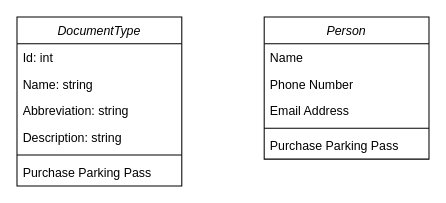
This is Documents/Class_Diagram.drawio from Camilobarre/LibrarySystem, a draw.io file, before an edit. Source tidied: cells renumbered, new cells numbered last; positions are measured from the earlier drawing's top-left corner, leaving out a move shared by most shapes. Both pictures are drawn from the tidied source at 103%, with x=0, y=0 at pixel (16, 16).
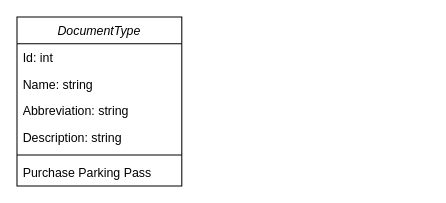
Above is the later version.

Commit message (it also covers changes not shown here):
feat: Entity-Relationship diagram was created

The edit, as a diff of the source:
```diff
@@
 <mxGraphModel>
   <root>
     <mxCell id="0" />
     <mxCell id="1" parent="0" />
     <mxCell id="2" value="DocumentType" style="swimlane;fontStyle=2;align=center;verticalAlign=top;horizontal=1;startSize=26;rounded=0;shadow=0;strokeWidth=1;" parent="1" vertex="1">
       <mxGeometry width="160" height="164" as="geometry" />
     </mxCell>
     <mxCell id="3" value="Id: int" style="text;align=left;verticalAlign=top;spacingLeft=4;spacingRight=4;overflow=hidden;" parent="2" vertex="1">
       <mxGeometry y="26" width="160" height="26" as="geometry" />
     </mxCell>
     <mxCell id="4" value="Name: string" style="text;align=left;verticalAlign=top;spacingLeft=4;spacingRight=4;overflow=hidden;rounded=0;shadow=0;html=0;" parent="2" vertex="1">
       <mxGeometry y="52" width="160" height="26" as="geometry" />
     </mxCell>
     <mxCell id="5" value="Abbreviation: string" style="text;align=left;verticalAlign=top;spacingLeft=4;spacingRight=4;overflow=hidden;rounded=0;shadow=0;html=0;" parent="2" vertex="1">
       <mxGeometry y="78" width="160" height="26" as="geometry" />
     </mxCell>
     <mxCell id="6" value="Description: string" style="text;align=left;verticalAlign=top;spacingLeft=4;spacingRight=4;overflow=hidden;rounded=0;shadow=0;html=0;" parent="2" vertex="1">
       <mxGeometry y="104" width="160" height="26" as="geometry" />
     </mxCell>
     <mxCell id="7" style="line;html=1;strokeWidth=1;align=left;verticalAlign=middle;spacingTop=-1;spacingLeft=3;spacingRight=3;labelPosition=right;" parent="2" vertex="1">
       <mxGeometry y="130" width="160" height="8" as="geometry" />
     </mxCell>
     <mxCell id="8" value="Purchase Parking Pass" style="text;align=left;verticalAlign=top;spacingLeft=4;spacingRight=4;overflow=hidden;" parent="2" vertex="1">
       <mxGeometry y="138" width="160" height="26" as="geometry" />
     </mxCell>
-    <mxCell id="9" value="Person" style="swimlane;fontStyle=2;align=center;verticalAlign=top;horizontal=1;startSize=26;rounded=0;shadow=0;strokeWidth=1;" parent="1" vertex="1">
-      <mxGeometry x="240" width="160" height="138" as="geometry" />
-    </mxCell>
-    <mxCell id="10" value="Name" style="text;align=left;verticalAlign=top;spacingLeft=4;spacingRight=4;overflow=hidden;" parent="9" vertex="1">
-      <mxGeometry y="26" width="160" height="26" as="geometry" />
-    </mxCell>
-    <mxCell id="11" value="Phone Number" style="text;align=left;verticalAlign=top;spacingLeft=4;spacingRight=4;overflow=hidden;rounded=0;shadow=0;html=0;" parent="9" vertex="1">
-      <mxGeometry y="52" width="160" height="26" as="geometry" />
-    </mxCell>
-    <mxCell id="12" value="Email Address" style="text;align=left;verticalAlign=top;spacingLeft=4;spacingRight=4;overflow=hidden;rounded=0;shadow=0;html=0;" parent="9" vertex="1">
-      <mxGeometry y="78" width="160" height="26" as="geometry" />
-    </mxCell>
-    <mxCell id="13" style="line;html=1;strokeWidth=1;align=left;verticalAlign=middle;spacingTop=-1;spacingLeft=3;spacingRight=3;labelPosition=right;" parent="9" vertex="1">
-      <mxGeometry y="104" width="160" height="8" as="geometry" />
-    </mxCell>
-    <mxCell id="14" value="Purchase Parking Pass" style="text;align=left;verticalAlign=top;spacingLeft=4;spacingRight=4;overflow=hidden;" parent="9" vertex="1">
-      <mxGeometry y="112" width="160" height="26" as="geometry" />
-    </mxCell>
   </root>
 </mxGraphModel>
```
